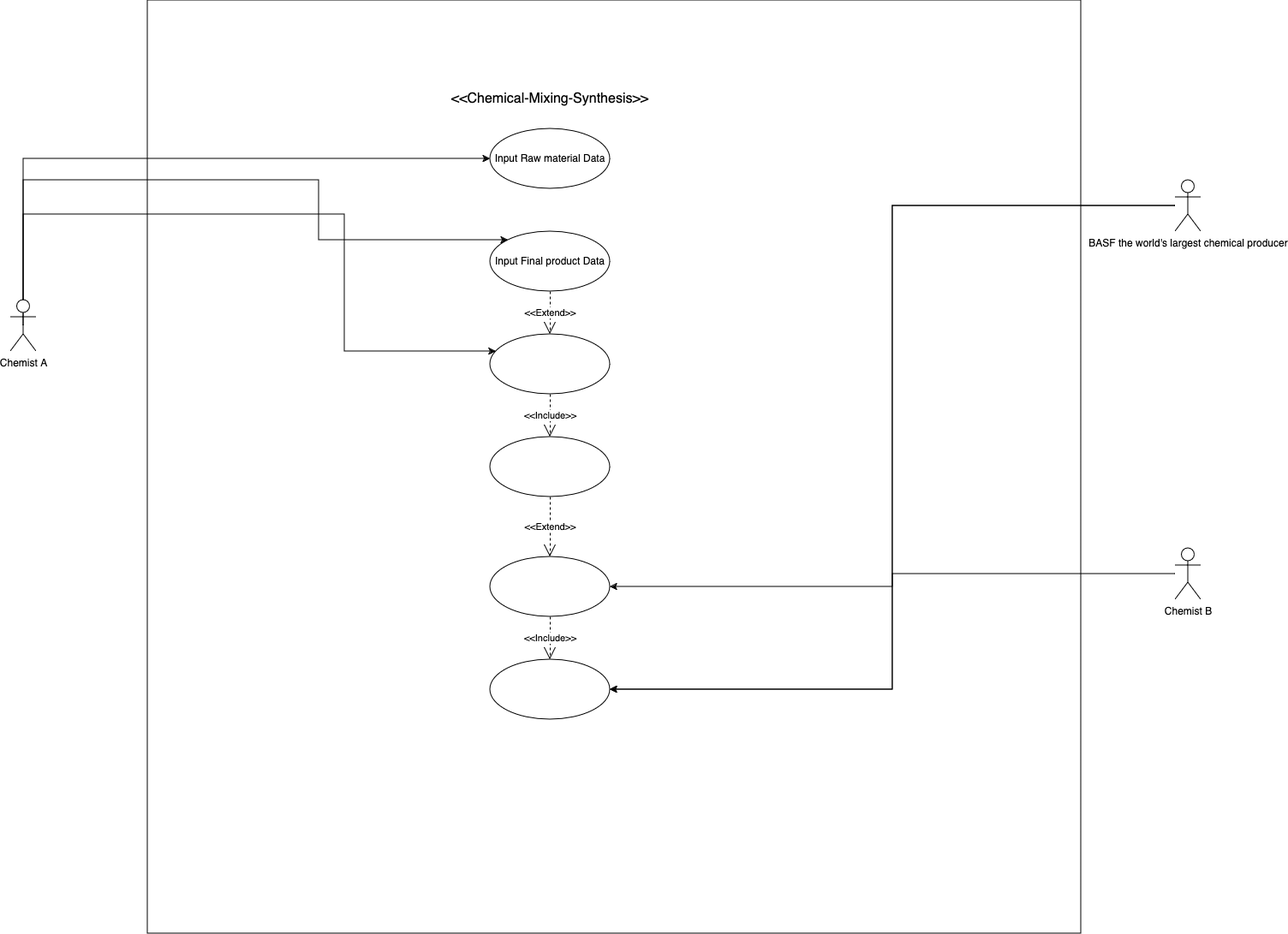
Above: use-case.png in a-l-a-z-a-r/Chemical-Mixing-Data-Synthesis (draw.io), before the change. Source tidied: cells renumbered, new cells last; positions are measured from the earlier drawing's top-left corner, leaving out a move shared by most shapes.
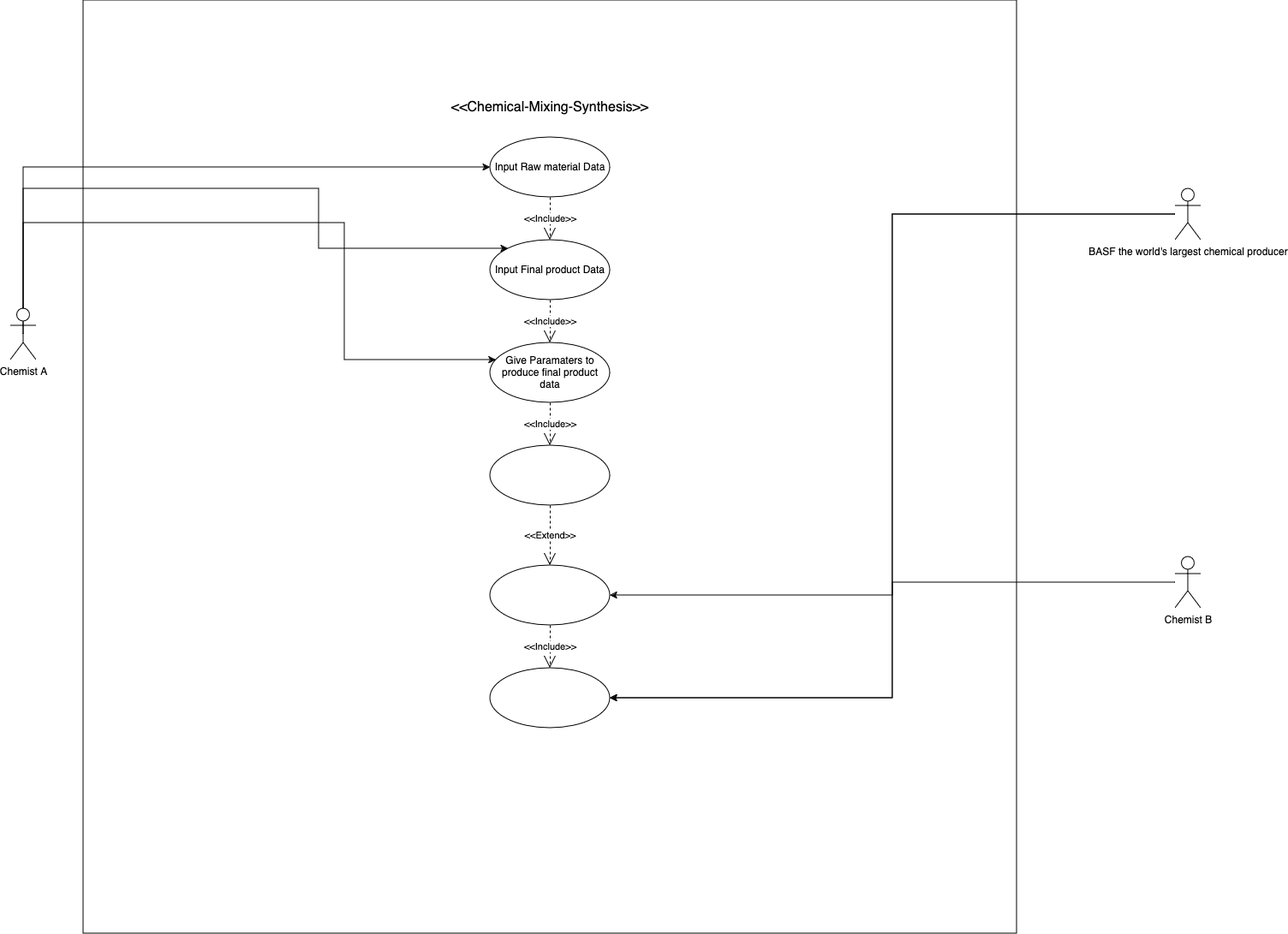
Above is the later version.

Change to the diagram source:
```diff
@@ -3,7 +3,7 @@
     <mxCell id="0" />
     <mxCell id="1" parent="0" />
     <mxCell id="2" style="whiteSpace=wrap;html=1;labelBackgroundColor=none;" parent="1" vertex="1">
-      <mxGeometry x="160" width="1090" height="1090" as="geometry" />
+      <mxGeometry x="85" y="-10" width="1090" height="1090" as="geometry" />
     </mxCell>
     <mxCell id="3" style="edgeStyle=orthogonalEdgeStyle;rounded=0;jettySize=auto;html=1;exitX=0.5;exitY=0.5;exitDx=0;exitDy=0;exitPerimeter=0;" parent="1" edge="1" source="6" target="10">
       <mxGeometry relative="1" as="geometry">
@@ -48,7 +48,7 @@
     <mxCell id="11" value="Input Final product Data " style="ellipse;whiteSpace=wrap;html=1;labelBackgroundColor=none;" parent="1" vertex="1">
       <mxGeometry x="560" y="270" width="140" height="70" as="geometry" />
     </mxCell>
-    <mxCell id="12" style="ellipse;whiteSpace=wrap;html=1;" parent="1" vertex="1">
+    <mxCell id="12" value="&lt;div&gt;Give Paramaters to produce final product data &lt;br&gt;&lt;/div&gt;" style="ellipse;whiteSpace=wrap;html=1;" parent="1" vertex="1">
       <mxGeometry x="560" y="390" width="140" height="70" as="geometry" />
     </mxCell>
     <mxCell id="13" style="ellipse;whiteSpace=wrap;html=1;" parent="1" vertex="1">
@@ -60,7 +60,7 @@
     <mxCell id="15" value="&amp;lt;&amp;lt;Chemical-Mixing-Synthesis&amp;gt;&amp;gt;" style="text;strokeColor=none;fillColor=none;html=1;align=center;verticalAlign=middle;whiteSpace=wrap;rounded=0;fontSize=16;" parent="1" vertex="1">
       <mxGeometry x="485" y="100" width="290" height="30" as="geometry" />
     </mxCell>
-    <mxCell id="16" value="&amp;lt;&amp;lt;Extend&amp;gt;&amp;gt;" style="endArrow=open;endSize=12;dashed=1;html=1;rounded=0;exitX=0.5;exitY=1;exitDx=0;exitDy=0;entryX=0.5;entryY=0;entryDx=0;entryDy=0;" parent="1" edge="1" source="11" target="12">
+    <mxCell id="16" value="&amp;lt;&amp;lt;Include&amp;gt;&amp;gt;" style="endArrow=open;endSize=12;dashed=1;html=1;rounded=0;exitX=0.5;exitY=1;exitDx=0;exitDy=0;entryX=0.5;entryY=0;entryDx=0;entryDy=0;" parent="1" edge="1" source="11" target="12">
       <mxGeometry relative="1" as="geometry" />
     </mxCell>
     <mxCell id="17" value="&amp;lt;&amp;lt;Include&amp;gt;&amp;gt;" style="endArrow=open;endSize=12;dashed=1;html=1;rounded=0;" parent="1" edge="1" source="12" target="13">
@@ -81,5 +81,8 @@
     <mxCell id="22" value="&amp;lt;&amp;lt;Include&amp;gt;&amp;gt; " style="endArrow=open;endSize=12;dashed=1;html=1;rounded=0;entryX=0.5;entryY=0;entryDx=0;entryDy=0;" parent="1" edge="1" source="14" target="19">
       <mxGeometry relative="1" as="geometry" />
     </mxCell>
+    <mxCell id="23" value="&amp;lt;&amp;lt;Include&amp;gt;&amp;gt;" style="endArrow=open;endSize=12;dashed=1;html=1;rounded=0;exitX=0.5;exitY=1;exitDx=0;exitDy=0;" parent="1" edge="1" source="10" target="11">
+      <mxGeometry relative="1" as="geometry" />
+    </mxCell>
   </root>
 </mxGraphModel>
```
